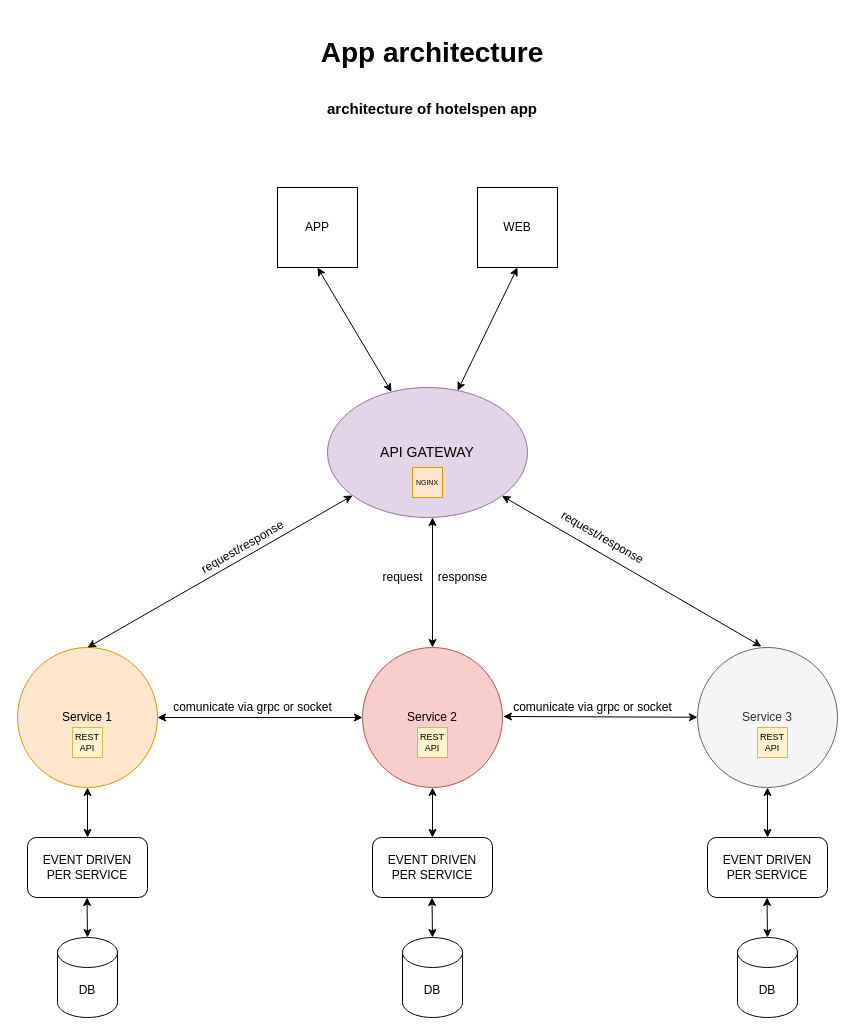
Above: Untitled Diagram.drawio in davidkern13/Microservices-Architecture (draw.io), before the change. Source tidied: cells renumbered, new cells numbered last; positions are measured from the earlier drawing's top-left corner, leaving out a move shared by most shapes. Both pictures are drawn from the tidied source at 100%, with x=0, y=0 at pixel (17, 27).
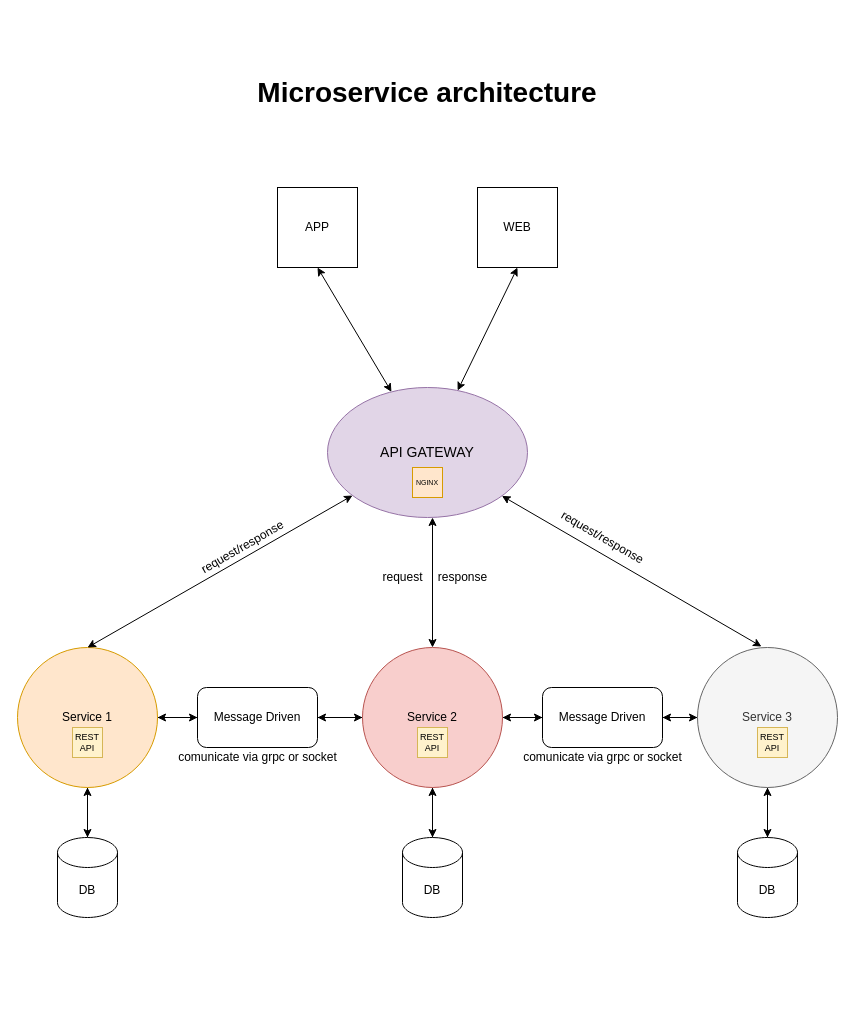
The same diagram, later.

The change refers to these unchanged cells:
```xml
<mxCell id="2" value="Service 1&lt;br&gt;" style="ellipse;whiteSpace=wrap;html=1;fillColor=#ffe6cc;strokeColor=#d79b00;" parent="1" vertex="1">
  <mxGeometry y="620" width="140" height="140" as="geometry" />
</mxCell>
<mxCell id="3" value="&lt;span&gt;Service 2&lt;/span&gt;" style="ellipse;whiteSpace=wrap;html=1;fillColor=#f8cecc;strokeColor=#b85450;" parent="1" vertex="1">
  <mxGeometry x="345" y="620" width="140" height="140" as="geometry" />
</mxCell>
<mxCell id="4" value="&lt;span&gt;Service 3&lt;/span&gt;" style="ellipse;whiteSpace=wrap;html=1;fillColor=#f5f5f5;strokeColor=#666666;fontColor=#333333;" parent="1" vertex="1">
  <mxGeometry x="680" y="620" width="140" height="140" as="geometry" />
</mxCell>
```

Diff of the diagram source:
```diff
@@
+    <mxCell id="13" style="edgeStyle=orthogonalEdgeStyle;rounded=0;jettySize=auto;html=1;" parent="1" edge="1" source="2" target="12">
+      <mxGeometry relative="1" as="geometry" />
+    </mxCell>
+    <mxCell id="38" style="edgeStyle=orthogonalEdgeStyle;rounded=0;jettySize=auto;html=1;" parent="1" edge="1" source="2" target="7">
+      <mxGeometry relative="1" as="geometry" />
+    </mxCell>
@@
+    <mxCell id="39" style="edgeStyle=orthogonalEdgeStyle;rounded=0;jettySize=auto;html=1;" parent="1" edge="1" source="3" target="12">
+      <mxGeometry relative="1" as="geometry" />
+    </mxCell>
+    <mxCell id="40" style="edgeStyle=orthogonalEdgeStyle;rounded=0;jettySize=auto;html=1;" parent="1" edge="1" source="3" target="17">
+      <mxGeometry relative="1" as="geometry" />
+    </mxCell>
+    <mxCell id="41" style="edgeStyle=orthogonalEdgeStyle;rounded=0;jettySize=auto;html=1;" parent="1" edge="1" source="3" target="16">
+      <mxGeometry relative="1" as="geometry" />
+    </mxCell>
@@
+    <mxCell id="42" style="edgeStyle=orthogonalEdgeStyle;rounded=0;jettySize=auto;html=1;" parent="1" edge="1" source="4" target="17">
+      <mxGeometry relative="1" as="geometry" />
+    </mxCell>
+    <mxCell id="43" style="edgeStyle=orthogonalEdgeStyle;rounded=0;jettySize=auto;html=1;" parent="1" edge="1" source="4" target="20">
+      <mxGeometry relative="1" as="geometry" />
+    </mxCell>
@@
-    <mxCell id="5" style="endArrow=classic;startArrow=classic;html=1;rounded=0;entryX=0;entryY=0.5;entryDx=0;entryDy=0;exitX=1;exitY=0.5;exitDx=0;exitDy=0;" parent="1" edge="1" source="2" target="3">
-      <mxGeometry relative="1" as="geometry" />
-    </mxCell>
-    <mxCell id="6" style="endArrow=classic;startArrow=classic;html=1;rounded=0;exitX=-0.024;exitY=0.95;exitDx=0;exitDy=0;exitPerimeter=0;" parent="1" edge="1" source="9" target="4">
-      <mxGeometry relative="1" as="geometry" />
-    </mxCell>
+    <mxCell id="44" style="edgeStyle=orthogonalEdgeStyle;rounded=0;jettySize=auto;html=1;entryX=0.5;entryY=1;entryDx=0;entryDy=0;" parent="1" edge="1" source="7" target="2">
+      <mxGeometry relative="1" as="geometry" />
+    </mxCell>
     <mxCell id="7" value="DB" style="shape=cylinder3;whiteSpace=wrap;html=1;boundedLbl=1;backgroundOutline=1;size=15;" parent="1" vertex="1">
-      <mxGeometry x="40" y="910" width="60" height="80" as="geometry" />
+      <mxGeometry x="40" y="810" width="60" height="80" as="geometry" />
     </mxCell>
     <mxCell id="8" value="comunicate via grpc or socket&lt;br&gt;" style="text;html=1;align=center;verticalAlign=middle;strokeColor=none;fillColor=none;" parent="1" vertex="1">
-      <mxGeometry x="150" y="670" width="170" height="20" as="geometry" />
+      <mxGeometry x="155" y="720" width="170" height="20" as="geometry" />
     </mxCell>
     <mxCell id="9" value="comunicate via grpc or socket&lt;br&gt;" style="text;html=1;align=center;verticalAlign=middle;points=[];strokeColor=none;fillColor=none;" parent="1" vertex="1">
-      <mxGeometry x="490" y="670" width="170" height="20" as="geometry" />
+      <mxGeometry x="500" y="720" width="170" height="20" as="geometry" />
     </mxCell>
@@
+    <mxCell id="45" style="edgeStyle=orthogonalEdgeStyle;rounded=0;jettySize=auto;html=1;" parent="1" edge="1" source="12">
+      <mxGeometry relative="1" as="geometry">
+        <mxPoint x="345" y="690" as="targetPoint" />
+      </mxGeometry>
+    </mxCell>
+    <mxCell id="46" style="edgeStyle=orthogonalEdgeStyle;rounded=0;jettySize=auto;html=1;entryX=1;entryY=0.5;entryDx=0;entryDy=0;" parent="1" edge="1" source="12" target="2">
+      <mxGeometry relative="1" as="geometry" />
+    </mxCell>
-    <mxCell id="12" value="EVENT DRIVEN&lt;br&gt;PER SERVICE" style="rounded=1;whiteSpace=wrap;html=1;" parent="1" vertex="1">
-      <mxGeometry x="10" y="810" width="120" height="60" as="geometry" />
+    <mxCell id="12" value="Message Driven" style="rounded=1;whiteSpace=wrap;html=1;" parent="1" vertex="1">
+      <mxGeometry x="180" y="660" width="120" height="60" as="geometry" />
     </mxCell>
-    <mxCell id="13" style="endArrow=classic;startArrow=classic;html=1;rounded=0;exitX=0.5;exitY=1;exitDx=0;exitDy=0;" parent="1" edge="1" source="2" target="12">
-      <mxGeometry relative="1" as="geometry" />
-    </mxCell>
@@
-    <mxCell id="15" style="endArrow=classic;startArrow=classic;html=1;rounded=0;exitX=0.5;exitY=1;exitDx=0;exitDy=0;" parent="1" edge="1">
-      <mxGeometry relative="1" as="geometry">
-        <mxPoint x="69.5" y="870" as="sourcePoint" />
-        <mxPoint x="70" y="910" as="targetPoint" />
-      </mxGeometry>
-    </mxCell>
+    <mxCell id="47" style="edgeStyle=orthogonalEdgeStyle;rounded=0;jettySize=auto;html=1;" parent="1" edge="1" source="16">
+      <mxGeometry relative="1" as="geometry">
+        <mxPoint x="415" y="760" as="targetPoint" />
+      </mxGeometry>
+    </mxCell>
     <mxCell id="16" value="DB" style="shape=cylinder3;whiteSpace=wrap;html=1;boundedLbl=1;backgroundOutline=1;size=15;" parent="1" vertex="1">
-      <mxGeometry x="385" y="910" width="60" height="80" as="geometry" />
+      <mxGeometry x="385" y="810" width="60" height="80" as="geometry" />
     </mxCell>
+    <mxCell id="48" style="edgeStyle=orthogonalEdgeStyle;rounded=0;jettySize=auto;html=1;entryX=1;entryY=0.5;entryDx=0;entryDy=0;" parent="1" edge="1" source="17" target="3">
+      <mxGeometry relative="1" as="geometry" />
+    </mxCell>
+    <mxCell id="49" style="edgeStyle=orthogonalEdgeStyle;rounded=0;jettySize=auto;html=1;entryX=0;entryY=0.5;entryDx=0;entryDy=0;" parent="1" edge="1" source="17" target="4">
+      <mxGeometry relative="1" as="geometry" />
+    </mxCell>
-    <mxCell id="17" value="EVENT DRIVEN&lt;br&gt;PER SERVICE" style="rounded=1;whiteSpace=wrap;html=1;" parent="1" vertex="1">
-      <mxGeometry x="355" y="810" width="120" height="60" as="geometry" />
+    <mxCell id="17" value="Message Driven" style="rounded=1;whiteSpace=wrap;html=1;" parent="1" vertex="1">
+      <mxGeometry x="525" y="660" width="120" height="60" as="geometry" />
     </mxCell>
-    <mxCell id="18" style="endArrow=classic;startArrow=classic;html=1;rounded=0;exitX=0.5;exitY=1;exitDx=0;exitDy=0;" parent="1" edge="1" target="17">
-      <mxGeometry relative="1" as="geometry">
-        <mxPoint x="415" y="760" as="sourcePoint" />
-      </mxGeometry>
-    </mxCell>
-    <mxCell id="19" style="endArrow=classic;startArrow=classic;html=1;rounded=0;exitX=0.5;exitY=1;exitDx=0;exitDy=0;" parent="1" edge="1">
-      <mxGeometry relative="1" as="geometry">
-        <mxPoint x="414.5" y="870" as="sourcePoint" />
-        <mxPoint x="415" y="910" as="targetPoint" />
-      </mxGeometry>
-    </mxCell>
+    <mxCell id="50" style="edgeStyle=orthogonalEdgeStyle;rounded=0;jettySize=auto;html=1;" parent="1" edge="1" source="20">
+      <mxGeometry relative="1" as="geometry">
+        <mxPoint x="750" y="760" as="targetPoint" />
+      </mxGeometry>
+    </mxCell>
     <mxCell id="20" value="DB" style="shape=cylinder3;whiteSpace=wrap;html=1;boundedLbl=1;backgroundOutline=1;size=15;" parent="1" vertex="1">
-      <mxGeometry x="720" y="910" width="60" height="80" as="geometry" />
+      <mxGeometry x="720" y="810" width="60" height="80" as="geometry" />
     </mxCell>
-    <mxCell id="21" value="EVENT DRIVEN&lt;br&gt;PER SERVICE" style="rounded=1;whiteSpace=wrap;html=1;" parent="1" vertex="1">
-      <mxGeometry x="690" y="810" width="120" height="60" as="geometry" />
-    </mxCell>
-    <mxCell id="22" style="endArrow=classic;startArrow=classic;html=1;rounded=0;exitX=0.5;exitY=1;exitDx=0;exitDy=0;" parent="1" edge="1" target="21">
-      <mxGeometry relative="1" as="geometry">
-        <mxPoint x="750" y="760" as="sourcePoint" />
-      </mxGeometry>
-    </mxCell>
-    <mxCell id="23" style="endArrow=classic;startArrow=classic;html=1;rounded=0;exitX=0.5;exitY=1;exitDx=0;exitDy=0;" parent="1" edge="1">
-      <mxGeometry relative="1" as="geometry">
-        <mxPoint x="749.5" y="870" as="sourcePoint" />
-        <mxPoint x="750" y="910" as="targetPoint" />
-      </mxGeometry>
-    </mxCell>
@@
-    <mxCell id="37" value="&lt;h1&gt;App architecture&lt;/h1&gt;&lt;h1&gt;&lt;font style=&quot;font-size: 15px&quot;&gt;architecture of hotelspen app&lt;/font&gt;&lt;/h1&gt;" style="text;html=1;strokeColor=none;fillColor=none;spacing=5;spacingTop=-20;whiteSpace=wrap;overflow=hidden;rounded=0;fontSize=14;align=center;" parent="1" vertex="1">
-      <mxGeometry x="160" width="510" height="120" as="geometry" />
+    <mxCell id="37" value="&lt;h1&gt;Microservice architecture&lt;/h1&gt;&lt;h1&gt;&lt;br&gt;&lt;/h1&gt;" style="text;html=1;strokeColor=none;fillColor=none;spacing=5;spacingTop=-20;whiteSpace=wrap;overflow=hidden;rounded=0;fontSize=14;align=center;" parent="1" vertex="1">
+      <mxGeometry x="155" y="40" width="510" height="50" as="geometry" />
     </mxCell>
```
